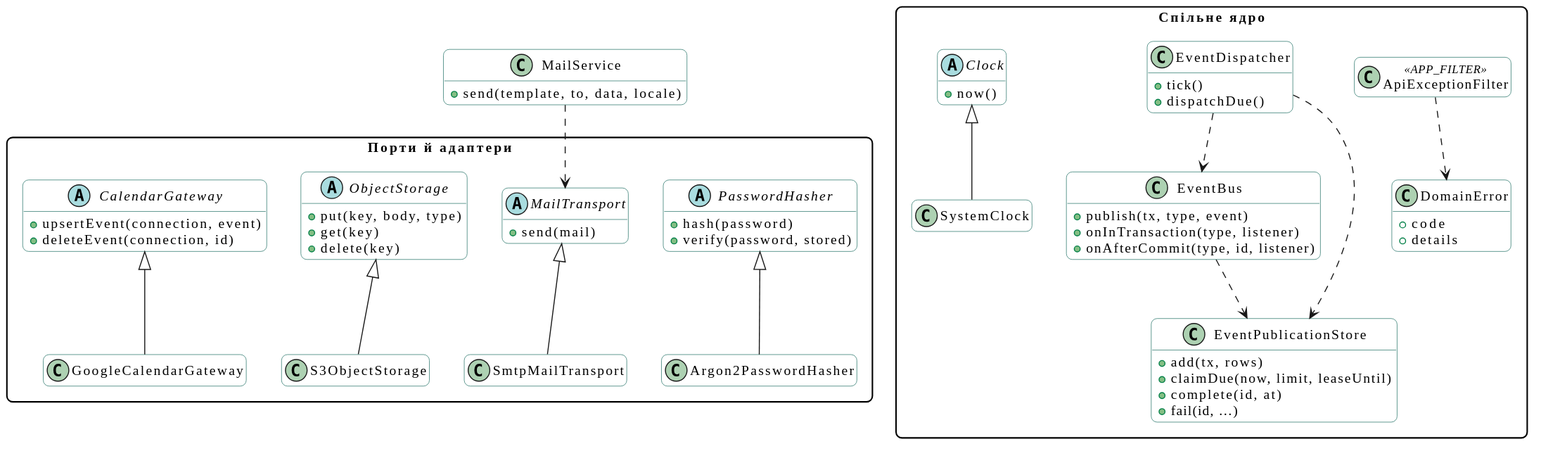
Earlier version of the PlantUML export docs/diagrams/class/svg/shared-kernel.svg (mzabrodin/Errandly). Its diagram source:
```plantuml
@startuml
skinparam shadowing false
skinparam defaultFontName "Inter, Segoe UI, Arial"
skinparam RoundCorner 12
skinparam ClassBackgroundColor #FFFFFF
skinparam ClassBorderColor #1F6F64
skinparam packageStyle rectangle
hide empty members

package "Спільне ядро" {
  class EventBus {
    +publish(tx, type, event)
    +onInTransaction(type, listener)
    +onAfterCommit(type, id, listener)
  }
  class EventDispatcher {
    +tick()
    +dispatchDue()
  }
  class EventPublicationStore {
    +add(tx, rows)
    +claimDue(now, limit, leaseUntil)
    +complete(id, at)
    +fail(id, …)
  }
  abstract class Clock {
    +now()
  }
  class SystemClock
  class DomainError {
    +code
    +details
  }
  class ApiExceptionFilter <<APP_FILTER>>
}

package "Порти й адаптери" {
  abstract class PasswordHasher {
    +hash(password)
    +verify(password, stored)
  }
  class Argon2PasswordHasher
  abstract class MailTransport {
    +send(mail)
  }
  class SmtpMailTransport
  abstract class ObjectStorage {
    +put(key, body, type)
    +get(key)
    +delete(key)
  }
  class S3ObjectStorage
  abstract class CalendarGateway {
    +upsertEvent(connection, event)
    +deleteEvent(connection, id)
  }
  class GoogleCalendarGateway
}

class MailService {
  +send(template, to, data, locale)
}

EventBus ..> EventPublicationStore
EventDispatcher ..> EventPublicationStore
EventDispatcher ..> EventBus
ApiExceptionFilter ..> DomainError
MailService ..> MailTransport
SystemClock -up-|> Clock
Argon2PasswordHasher -up-|> PasswordHasher
SmtpMailTransport -up-|> MailTransport
S3ObjectStorage -up-|> ObjectStorage
GoogleCalendarGateway -up-|> CalendarGateway
@enduml
```
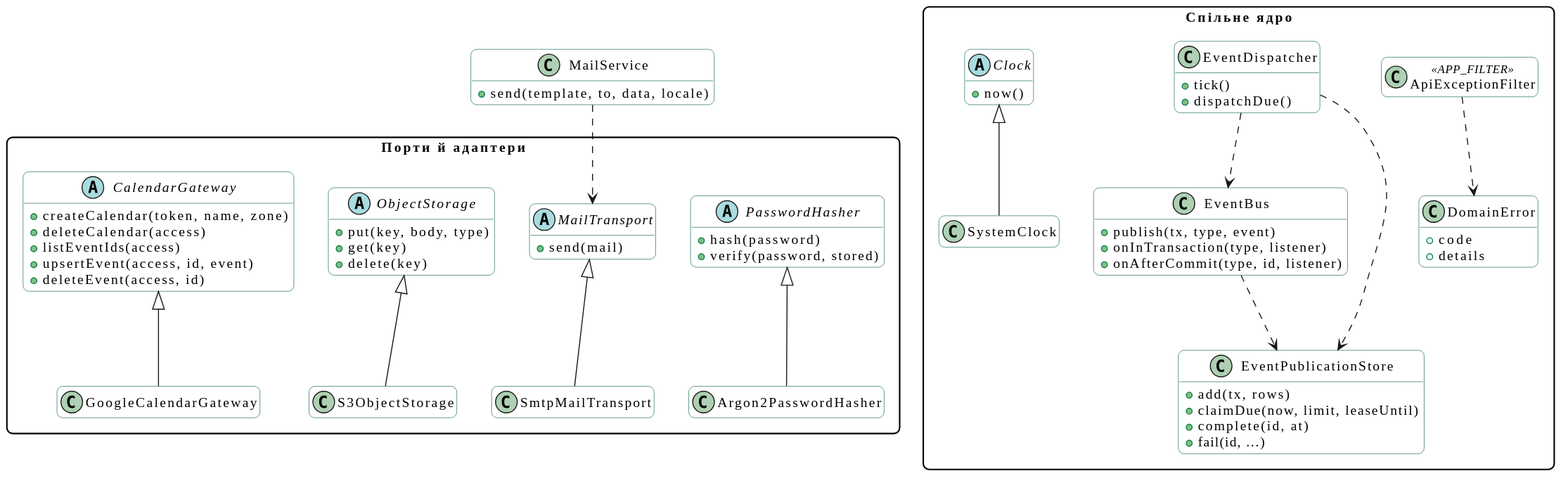
After the commit.

Change to the diagram source:
```diff
@@ -51,8 +51,11 @@
   }
   class S3ObjectStorage
   abstract class CalendarGateway {
-    +upsertEvent(connection, event)
-    +deleteEvent(connection, id)
+    +createCalendar(token, name, zone)
+    +deleteCalendar(access)
+    +listEventIds(access)
+    +upsertEvent(access, id, event)
+    +deleteEvent(access, id)
   }
   class GoogleCalendarGateway
 }
```
